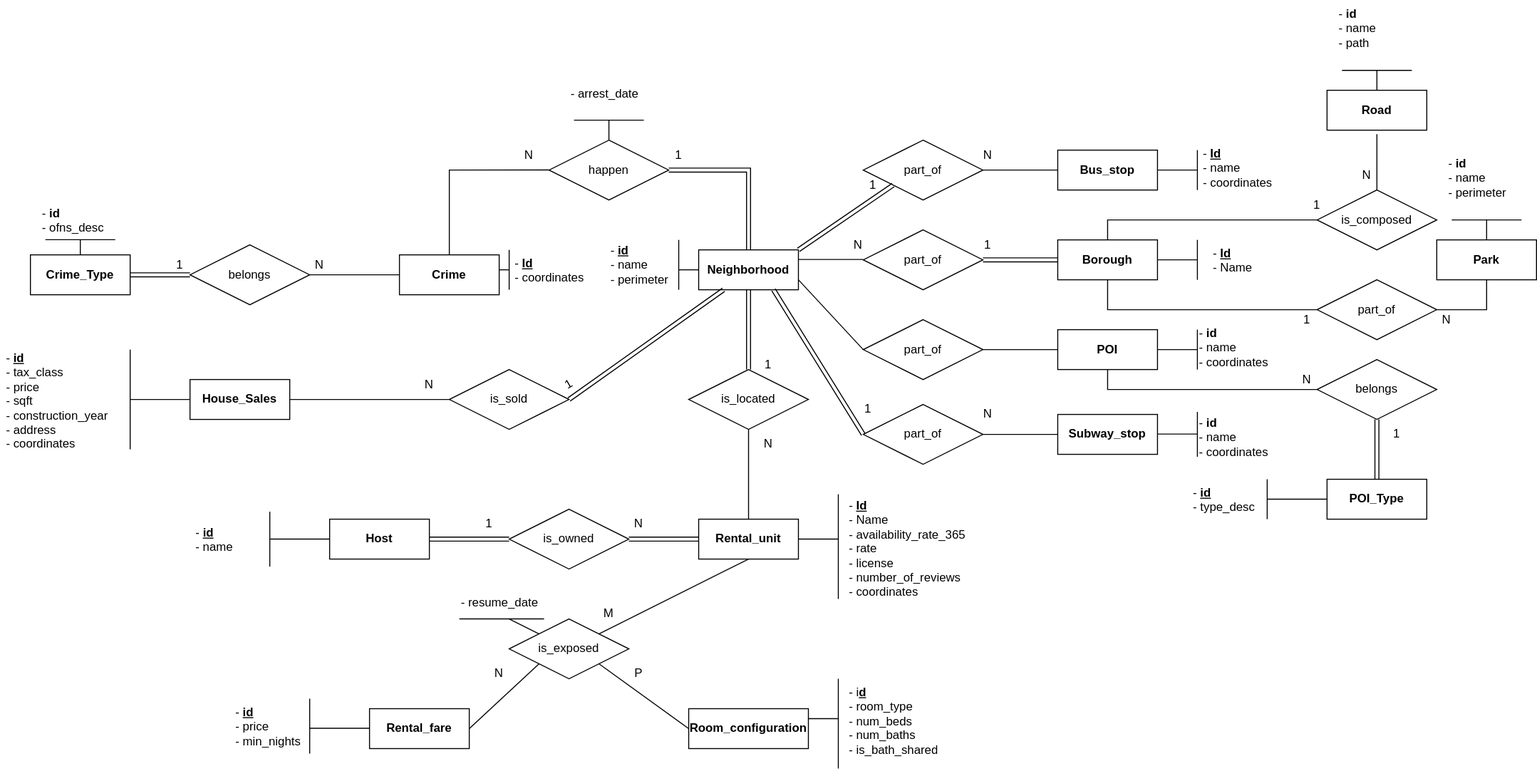
Earlier version of the draw.io export schema/ER_complete.drawio.svg (DesperateColleagues/NYC_AirBnB_Data_Management). Source tidied: cells renumbered, new cells last; positions are measured from the earlier drawing's top-left corner, leaving out a move shared by most shapes.
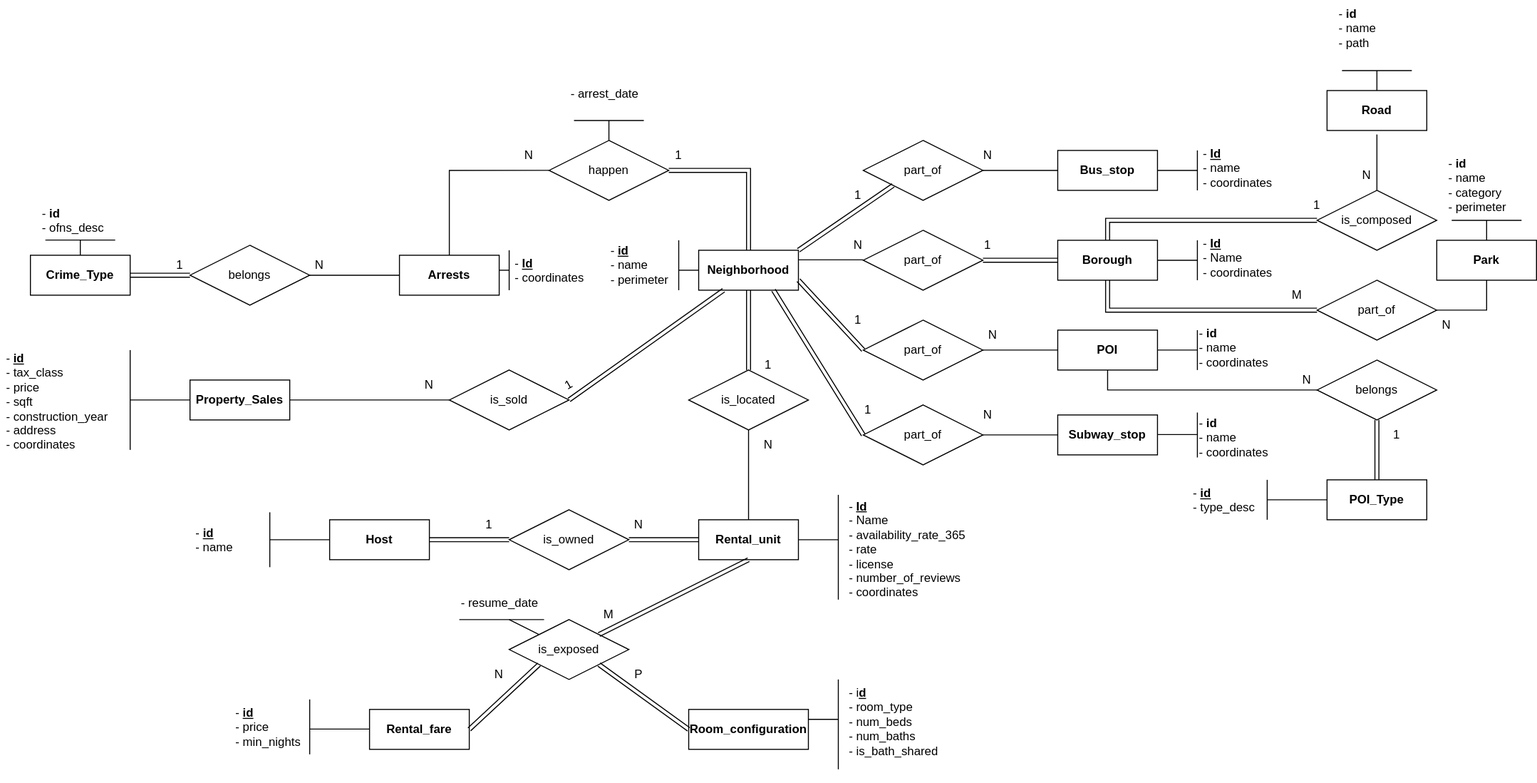
The same file after the commit.

Diff of the diagram source:
```diff
@@ -101,8 +101,8 @@
         <mxPoint x="270" y="512.5" as="targetPoint" />
       </mxGeometry>
     </mxCell>
-    <mxCell id="29" value="- &lt;b&gt;&lt;u&gt;Id&lt;/u&gt;&lt;/b&gt;&lt;br&gt;- Name&lt;br&gt;" style="text;strokeColor=none;fillColor=none;spacingLeft=4;spacingRight=4;overflow=hidden;fontSize=12;whiteSpace=wrap;html=1;" parent="1" vertex="1">
-      <mxGeometry x="1210" y="240" width="70" height="40" as="geometry" />
+    <mxCell id="29" value="- &lt;b&gt;&lt;u&gt;Id&lt;/u&gt;&lt;/b&gt;&lt;br&gt;- Name&lt;br&gt;- coordinates" style="text;strokeColor=none;fillColor=none;spacingLeft=4;spacingRight=4;overflow=hidden;fontSize=12;whiteSpace=wrap;html=1;" parent="1" vertex="1">
+      <mxGeometry x="1200" y="230" width="90" height="50" as="geometry" />
     </mxCell>
     <mxCell id="30" value="&lt;b&gt;Rental_fare&lt;/b&gt;" style="whiteSpace=wrap;html=1;align=center;" parent="1" vertex="1">
       <mxGeometry x="370" y="710" width="100" height="40" as="geometry" />
@@ -125,7 +125,7 @@
     <mxCell id="34" value="M" style="text;html=1;strokeColor=none;fillColor=none;align=center;verticalAlign=middle;whiteSpace=wrap;rounded=0;" parent="1" vertex="1">
       <mxGeometry x="580" y="600" width="60" height="30" as="geometry" />
     </mxCell>
-    <mxCell id="35" value="&lt;b&gt;Crime&lt;br&gt;&lt;/b&gt;" style="whiteSpace=wrap;html=1;align=center;" parent="1" vertex="1">
+    <mxCell id="35" value="&lt;b&gt;Arrests&lt;br&gt;&lt;/b&gt;" style="whiteSpace=wrap;html=1;align=center;" parent="1" vertex="1">
       <mxGeometry x="400" y="255" width="100" height="40" as="geometry" />
     </mxCell>
     <mxCell id="36" value="happen" style="shape=rhombus;perimeter=rhombusPerimeter;whiteSpace=wrap;html=1;align=center;" parent="1" vertex="1">
@@ -234,7 +234,7 @@
     <mxCell id="60" value="is_sold" style="shape=rhombus;perimeter=rhombusPerimeter;whiteSpace=wrap;html=1;align=center;" parent="1" vertex="1">
       <mxGeometry x="450" y="370" width="120" height="60" as="geometry" />
     </mxCell>
-    <mxCell id="61" value="&lt;b&gt;House_Sales&lt;/b&gt;" style="whiteSpace=wrap;html=1;align=center;" parent="1" vertex="1">
+    <mxCell id="61" value="&lt;b&gt;Property_Sales&lt;/b&gt;" style="whiteSpace=wrap;html=1;align=center;" parent="1" vertex="1">
       <mxGeometry x="190" y="380" width="100" height="40" as="geometry" />
     </mxCell>
     <mxCell id="62" style="endArrow=none;html=1;rounded=0;entryX=0.25;entryY=1;entryDx=0;entryDy=0;exitX=1;exitY=0.5;exitDx=0;exitDy=0;shape=link;" parent="1" edge="1" source="60" target="4">
@@ -294,7 +294,7 @@
     <mxCell id="78" value="&lt;b&gt;POI&lt;br&gt;&lt;/b&gt;" style="whiteSpace=wrap;html=1;align=center;" parent="1" vertex="1">
       <mxGeometry x="1060" y="330" width="100" height="40" as="geometry" />
     </mxCell>
-    <mxCell id="79" style="endArrow=none;html=1;rounded=0;entryX=0;entryY=0.5;entryDx=0;entryDy=0;exitX=1;exitY=0.75;exitDx=0;exitDy=0;" parent="1" edge="1" source="4" target="76">
+    <mxCell id="79" style="endArrow=none;html=1;rounded=0;entryX=0;entryY=0.5;entryDx=0;entryDy=0;exitX=1;exitY=0.75;exitDx=0;exitDy=0;shape=link;" parent="1" edge="1" source="4" target="76">
       <mxGeometry relative="1" as="geometry" />
     </mxCell>
     <mxCell id="80" style="endArrow=none;html=1;rounded=0;entryX=0;entryY=0.5;entryDx=0;entryDy=0;exitX=1;exitY=0.5;exitDx=0;exitDy=0;" parent="1" edge="1" source="76" target="78">
@@ -391,7 +391,7 @@
     <mxCell id="99" value="is_composed" style="shape=rhombus;perimeter=rhombusPerimeter;whiteSpace=wrap;html=1;align=center;" parent="1" vertex="1">
       <mxGeometry x="1320" y="190" width="120" height="60" as="geometry" />
     </mxCell>
-    <mxCell id="100" style="endArrow=none;html=1;rounded=0;entryX=0;entryY=0.5;entryDx=0;entryDy=0;exitX=0.5;exitY=1;exitDx=0;exitDy=0;" parent="1" edge="1" source="6" target="88">
+    <mxCell id="100" style="endArrow=none;html=1;rounded=0;entryX=0;entryY=0.5;entryDx=0;entryDy=0;exitX=0.5;exitY=1;exitDx=0;exitDy=0;shape=link;" parent="1" edge="1" source="6" target="88">
       <mxGeometry relative="1" as="geometry">
         <Array as="points">
           <mxPoint x="1110" y="310" />
@@ -410,10 +410,10 @@
       </mxGeometry>
     </mxCell>
     <mxCell id="103" value="N" style="text;html=1;strokeColor=none;fillColor=none;align=center;verticalAlign=middle;whiteSpace=wrap;rounded=0;" parent="1" vertex="1">
-      <mxGeometry x="1420" y="305" width="60" height="30" as="geometry" />
+      <mxGeometry x="1420" y="310" width="60" height="30" as="geometry" />
     </mxCell>
-    <mxCell id="104" value="1" style="text;html=1;strokeColor=none;fillColor=none;align=center;verticalAlign=middle;whiteSpace=wrap;rounded=0;" parent="1" vertex="1">
-      <mxGeometry x="1280" y="305" width="60" height="30" as="geometry" />
+    <mxCell id="104" value="M" style="text;html=1;strokeColor=none;fillColor=none;align=center;verticalAlign=middle;whiteSpace=wrap;rounded=0;" parent="1" vertex="1">
+      <mxGeometry x="1270" y="280" width="60" height="30" as="geometry" />
     </mxCell>
     <mxCell id="105" style="endArrow=none;html=1;rounded=0;exitX=1;exitY=0;exitDx=0;exitDy=0;entryX=0;entryY=1;entryDx=0;entryDy=0;shape=link;" parent="1" edge="1" source="4" target="89">
       <mxGeometry relative="1" as="geometry" />
@@ -451,19 +451,19 @@
         <mxPoint x="1525" y="220" as="targetPoint" />
       </mxGeometry>
     </mxCell>
-    <mxCell id="113" value="- &lt;b&gt;id&lt;/b&gt;&lt;br&gt;- name&lt;br&gt;- perimeter" style="text;whiteSpace=wrap;html=1;" parent="1" vertex="1">
+    <mxCell id="113" value="- &lt;b&gt;id&lt;/b&gt;&lt;br&gt;- name&lt;br&gt;- category&lt;br&gt;- perimeter" style="text;whiteSpace=wrap;html=1;" parent="1" vertex="1">
       <mxGeometry x="1450" y="150" width="80" height="60" as="geometry" />
     </mxCell>
     <mxCell id="114" value="&lt;b&gt;Road&lt;/b&gt;" style="whiteSpace=wrap;html=1;align=center;" parent="1" vertex="1">
       <mxGeometry x="1330" y="90" width="100" height="40" as="geometry" />
     </mxCell>
     <mxCell id="115" value="1" style="text;html=1;strokeColor=none;fillColor=none;align=center;verticalAlign=middle;whiteSpace=wrap;rounded=0;" parent="1" vertex="1">
-      <mxGeometry x="845" y="170" width="60" height="30" as="geometry" />
+      <mxGeometry x="830" y="180" width="60" height="30" as="geometry" />
     </mxCell>
     <mxCell id="116" value="N" style="text;html=1;strokeColor=none;fillColor=none;align=center;verticalAlign=middle;whiteSpace=wrap;rounded=0;rotation=0;" parent="1" vertex="1">
       <mxGeometry x="960" y="140" width="60" height="30" as="geometry" />
     </mxCell>
-    <mxCell id="117" style="endArrow=none;html=1;rounded=0;exitX=0.5;exitY=0;exitDx=0;exitDy=0;entryX=0;entryY=0.5;entryDx=0;entryDy=0;" parent="1" edge="1" source="6" target="99">
+    <mxCell id="117" style="endArrow=none;html=1;rounded=0;exitX=0.5;exitY=0;exitDx=0;exitDy=0;entryX=0;entryY=0.5;entryDx=0;entryDy=0;shape=link;" parent="1" edge="1" source="6" target="99">
       <mxGeometry relative="1" as="geometry">
         <Array as="points">
           <mxPoint x="1110" y="220" />
@@ -502,13 +502,13 @@
     <mxCell id="125" value="is_exposed" style="shape=rhombus;perimeter=rhombusPerimeter;whiteSpace=wrap;html=1;align=center;" parent="1" vertex="1">
       <mxGeometry x="510" y="620" width="120" height="60" as="geometry" />
     </mxCell>
-    <mxCell id="126" style="endArrow=none;html=1;rounded=0;entryX=0;entryY=1;entryDx=0;entryDy=0;exitX=1;exitY=0.5;exitDx=0;exitDy=0;" parent="1" edge="1" source="30" target="125">
+    <mxCell id="126" style="endArrow=none;html=1;rounded=0;entryX=0;entryY=1;entryDx=0;entryDy=0;exitX=1;exitY=0.5;exitDx=0;exitDy=0;shape=link;" parent="1" edge="1" source="30" target="125">
       <mxGeometry relative="1" as="geometry" />
     </mxCell>
-    <mxCell id="127" style="endArrow=none;html=1;rounded=0;entryX=1;entryY=1;entryDx=0;entryDy=0;exitX=0;exitY=0.5;exitDx=0;exitDy=0;" parent="1" edge="1" source="5" target="125">
+    <mxCell id="127" style="endArrow=none;html=1;rounded=0;entryX=1;entryY=1;entryDx=0;entryDy=0;exitX=0;exitY=0.5;exitDx=0;exitDy=0;shape=link;" parent="1" edge="1" source="5" target="125">
       <mxGeometry relative="1" as="geometry" />
     </mxCell>
-    <mxCell id="128" style="endArrow=none;html=1;rounded=0;entryX=0.5;entryY=1;entryDx=0;entryDy=0;exitX=1;exitY=0;exitDx=0;exitDy=0;" parent="1" edge="1" source="125" target="3">
+    <mxCell id="128" style="endArrow=none;html=1;rounded=0;entryX=0.5;entryY=1;entryDx=0;entryDy=0;exitX=1;exitY=0;exitDx=0;exitDy=0;shape=link;" parent="1" edge="1" source="125" target="3">
       <mxGeometry relative="1" as="geometry" />
     </mxCell>
     <mxCell id="129" value="N" style="text;html=1;strokeColor=none;fillColor=none;align=center;verticalAlign=middle;whiteSpace=wrap;rounded=0;" parent="1" vertex="1">
@@ -531,5 +531,11 @@
     <mxCell id="133" value="- resume_date" style="text;whiteSpace=wrap;html=1;" parent="1" vertex="1">
       <mxGeometry x="460" y="590" width="80" height="30" as="geometry" />
     </mxCell>
+    <mxCell id="134" value="1" style="text;html=1;strokeColor=none;fillColor=none;align=center;verticalAlign=middle;whiteSpace=wrap;rounded=0;" parent="1" vertex="1">
+      <mxGeometry x="830" y="305" width="60" height="30" as="geometry" />
+    </mxCell>
+    <mxCell id="135" value="N" style="text;html=1;strokeColor=none;fillColor=none;align=center;verticalAlign=middle;whiteSpace=wrap;rounded=0;" parent="1" vertex="1">
+      <mxGeometry x="965" y="320" width="60" height="30" as="geometry" />
+    </mxCell>
   </root>
 </mxGraphModel>
```
